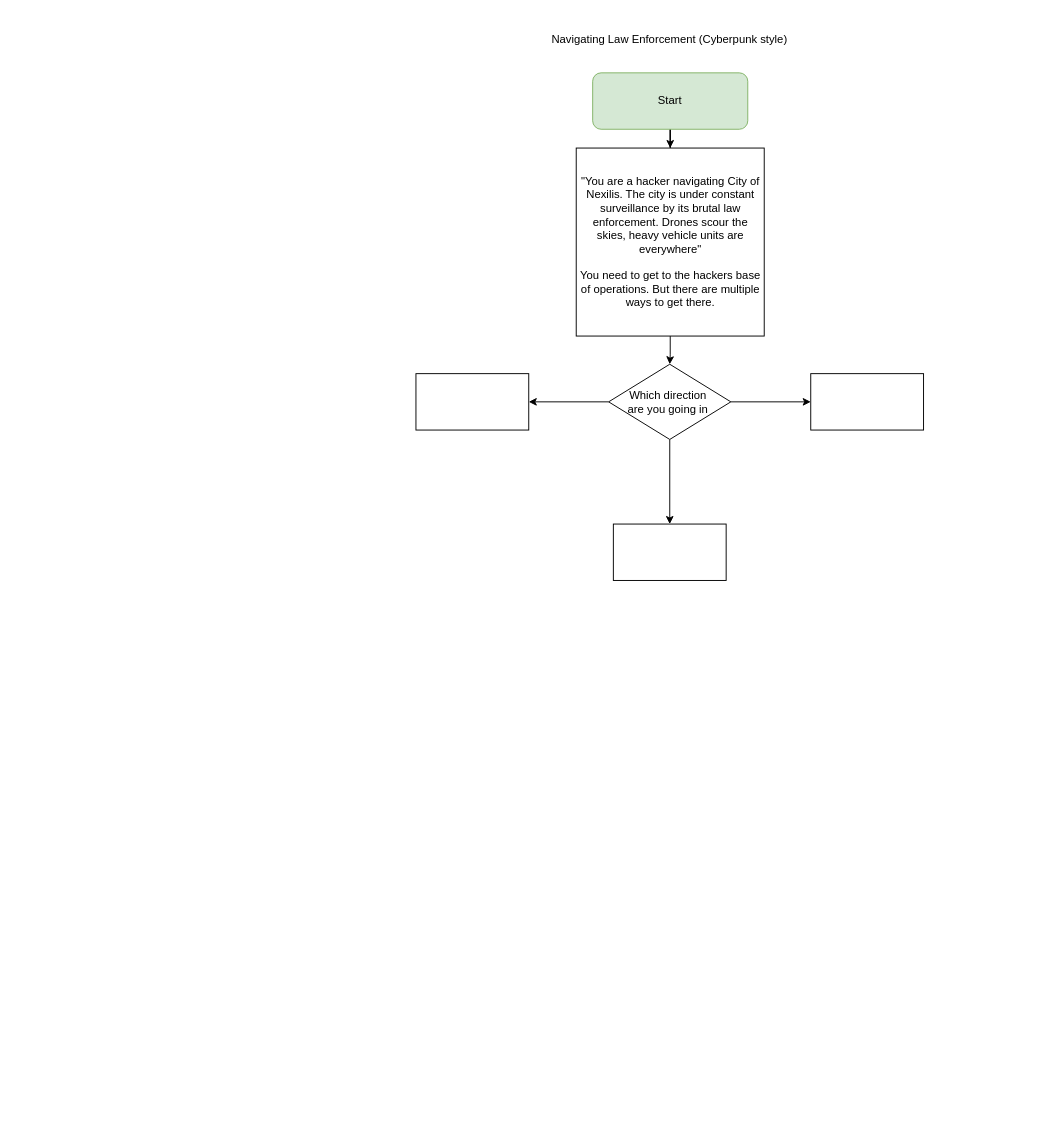
Before: diagrams/CYOA.drawio in twitocode/Draw.io-Diagrams, a draw.io diagram. Source tidied: cells renumbered, new cells numbered last; positions are measured from the earlier drawing's top-left corner, leaving out a move shared by most shapes. Both pictures are drawn from the tidied source at 94%, with x=0, y=0 at pixel (415, 16).
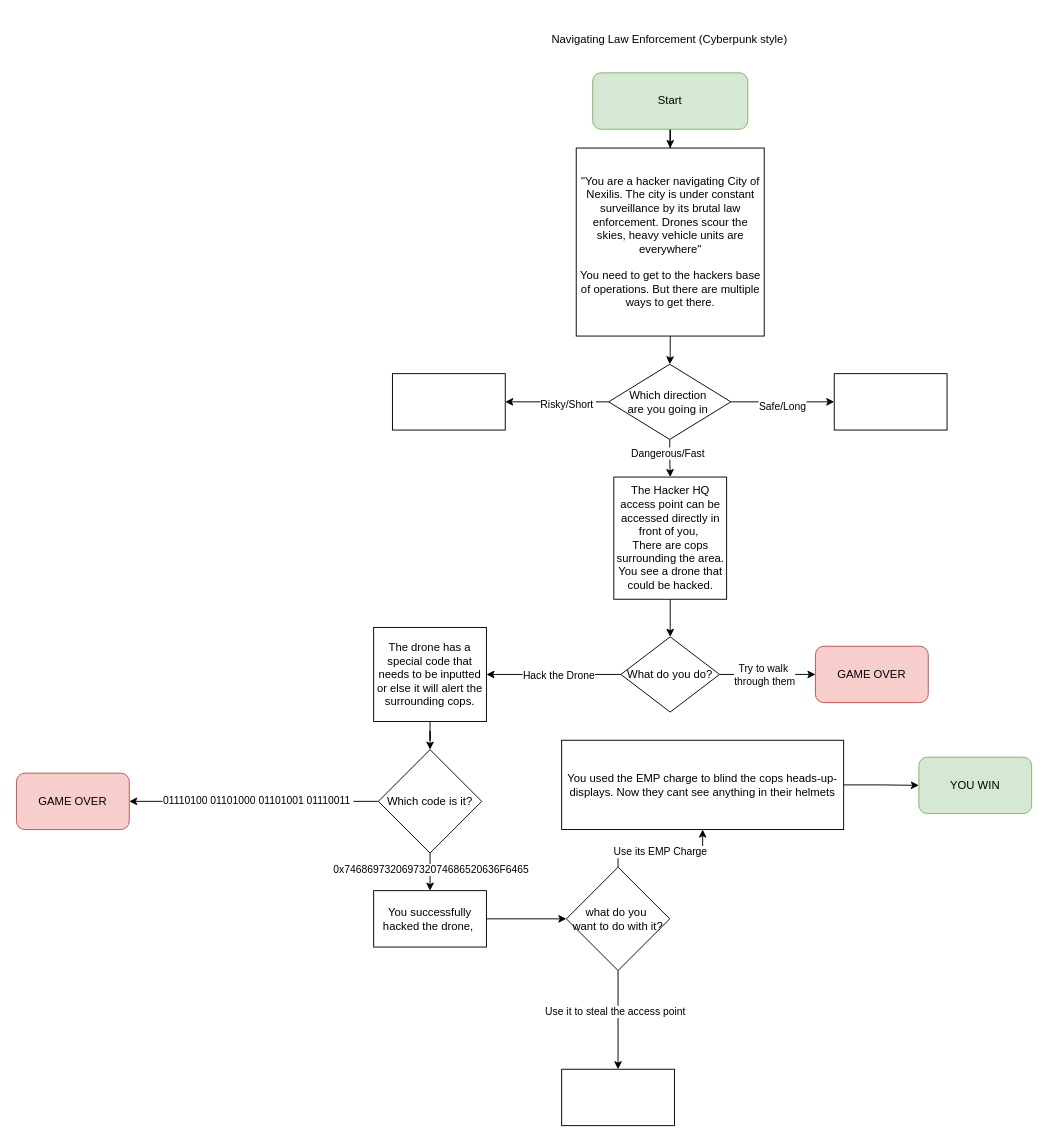
The same diagram, later.

The change refers to these unchanged cells:
```xml
<mxCell id="7" style="edgeStyle=orthogonalEdgeStyle;rounded=0;jettySize=auto;html=1;" parent="1" edge="1" source="10" target="11">
  <mxGeometry relative="1" as="geometry" />
</mxCell>
<mxCell id="8" style="edgeStyle=orthogonalEdgeStyle;rounded=0;jettySize=auto;html=1;" parent="1" edge="1" source="10" target="12">
  <mxGeometry relative="1" as="geometry" />
</mxCell>
<mxCell id="9" style="edgeStyle=orthogonalEdgeStyle;rounded=0;jettySize=auto;html=1;" parent="1" edge="1" source="10" target="13">
  <mxGeometry relative="1" as="geometry" />
</mxCell>
```

What changed in the source:
```diff
@@
+    <mxCell id="14" value="Safe/Long" style="edgeLabel;html=1;align=center;verticalAlign=middle;" parent="7" vertex="1">
+      <mxGeometry x="-0.01" y="-4" relative="1" as="geometry" />
+    </mxCell>
@@
+    <mxCell id="15" value="Risky/Short&amp;nbsp;" style="edgeLabel;html=1;align=center;verticalAlign=middle;" parent="8" vertex="1">
+      <mxGeometry x="-0.2" y="2" relative="1" as="geometry" />
+    </mxCell>
@@
+    <mxCell id="16" value="Dangerous/Fast" style="edgeLabel;html=1;align=center;verticalAlign=middle;" parent="9" vertex="1">
+      <mxGeometry x="-0.3" y="-3" relative="1" as="geometry" />
+    </mxCell>
@@
     <mxCell id="11" style="whiteSpace=wrap;html=1;" parent="1" vertex="1">
-      <mxGeometry x="420" y="380" width="120" height="60" as="geometry" />
+      <mxGeometry x="445" y="380" width="120" height="60" as="geometry" />
     </mxCell>
     <mxCell id="12" style="whiteSpace=wrap;html=1;" parent="1" vertex="1">
-      <mxGeometry y="380" width="120" height="60" as="geometry" />
+      <mxGeometry x="-25" y="380" width="120" height="60" as="geometry" />
     </mxCell>
+    <mxCell id="17" style="edgeStyle=orthogonalEdgeStyle;rounded=0;jettySize=auto;html=1;" parent="1" edge="1" source="13" target="22">
+      <mxGeometry relative="1" as="geometry" />
+    </mxCell>
-    <mxCell id="13" style="whiteSpace=wrap;html=1;" parent="1" vertex="1">
-      <mxGeometry x="210" y="540" width="120" height="60" as="geometry" />
+    <mxCell id="13" value="The Hacker HQ access point can be accessed directly in front of you,&amp;nbsp;&lt;div&gt;There are cops surrounding the area. You see a drone that could be hacked.&lt;/div&gt;" style="whiteSpace=wrap;html=1;" parent="1" vertex="1">
+      <mxGeometry x="210.5" y="490" width="120" height="130" as="geometry" />
     </mxCell>
+    <mxCell id="18" style="edgeStyle=orthogonalEdgeStyle;rounded=0;jettySize=auto;html=1;" parent="1" edge="1" source="22" target="24">
+      <mxGeometry relative="1" as="geometry" />
+    </mxCell>
+    <mxCell id="19" value="Hack the Drone" style="edgeLabel;html=1;align=center;verticalAlign=middle;" parent="18" vertex="1">
+      <mxGeometry x="-0.23" y="-2" relative="1" as="geometry">
+        <mxPoint x="-12" y="2" as="offset" />
+      </mxGeometry>
+    </mxCell>
+    <mxCell id="20" style="edgeStyle=orthogonalEdgeStyle;rounded=0;jettySize=auto;html=1;" parent="1" edge="1" source="22" target="25">
+      <mxGeometry relative="1" as="geometry" />
+    </mxCell>
+    <mxCell id="21" value="Try to walk&amp;nbsp;&lt;div&gt;through them&lt;/div&gt;" style="edgeLabel;html=1;align=center;verticalAlign=middle;" parent="20" vertex="1">
+      <mxGeometry x="-0.07" relative="1" as="geometry" />
+    </mxCell>
+    <mxCell id="22" value="What do you do?" style="rhombus;whiteSpace=wrap;html=1;" parent="1" vertex="1">
+      <mxGeometry x="218" y="660" width="105" height="80" as="geometry" />
+    </mxCell>
+    <mxCell id="23" style="edgeStyle=orthogonalEdgeStyle;rounded=0;jettySize=auto;html=1;" parent="1" edge="1" source="24" target="30">
+      <mxGeometry relative="1" as="geometry" />
+    </mxCell>
+    <mxCell id="24" value="The drone has a special code that needs to be inputted or else it will alert the surrounding cops." style="whiteSpace=wrap;html=1;" parent="1" vertex="1">
+      <mxGeometry x="-45" y="650" width="120" height="100" as="geometry" />
+    </mxCell>
+    <mxCell id="25" value="GAME OVER" style="rounded=1;whiteSpace=wrap;html=1;fillColor=#f8cecc;strokeColor=#b85450;" parent="1" vertex="1">
+      <mxGeometry x="425" y="670" width="120" height="60" as="geometry" />
+    </mxCell>
+    <mxCell id="26" style="edgeStyle=orthogonalEdgeStyle;rounded=0;jettySize=auto;html=1;" parent="1" edge="1" source="30" target="31">
+      <mxGeometry relative="1" as="geometry" />
+    </mxCell>
+    <mxCell id="27" value="01110100 01101000 01101001 01110011&amp;nbsp;" style="edgeLabel;html=1;align=center;verticalAlign=middle;" parent="26" vertex="1">
+      <mxGeometry x="-0.02" y="-2" relative="1" as="geometry">
+        <mxPoint x="1" as="offset" />
+      </mxGeometry>
+    </mxCell>
+    <mxCell id="28" style="edgeStyle=orthogonalEdgeStyle;rounded=0;jettySize=auto;html=1;" parent="1" edge="1" source="30" target="33">
+      <mxGeometry relative="1" as="geometry" />
+    </mxCell>
+    <mxCell id="29" value="0x746869732069732074686520636F6465" style="edgeLabel;html=1;align=center;verticalAlign=middle;" parent="28" vertex="1">
+      <mxGeometry x="-0.13" relative="1" as="geometry" />
+    </mxCell>
+    <mxCell id="30" value="Which code is it?" style="rhombus;whiteSpace=wrap;html=1;" parent="1" vertex="1">
+      <mxGeometry x="-40" y="780" width="110" height="110" as="geometry" />
+    </mxCell>
+    <mxCell id="31" value="GAME OVER" style="rounded=1;whiteSpace=wrap;html=1;fillColor=#f8cecc;strokeColor=#b85450;" parent="1" vertex="1">
+      <mxGeometry x="-425" y="805" width="120" height="60" as="geometry" />
+    </mxCell>
+    <mxCell id="32" style="edgeStyle=orthogonalEdgeStyle;rounded=0;jettySize=auto;html=1;" parent="1" edge="1" source="33" target="38">
+      <mxGeometry relative="1" as="geometry" />
+    </mxCell>
+    <mxCell id="33" value="You successfully hacked the drone,&amp;nbsp;" style="whiteSpace=wrap;html=1;" parent="1" vertex="1">
+      <mxGeometry x="-45" y="930" width="120" height="60" as="geometry" />
+    </mxCell>
+    <mxCell id="34" style="edgeStyle=orthogonalEdgeStyle;rounded=0;jettySize=auto;html=1;" parent="1" edge="1" source="38" target="40">
+      <mxGeometry relative="1" as="geometry" />
+    </mxCell>
+    <mxCell id="35" value="Use its EMP Charge" style="edgeLabel;html=1;align=center;verticalAlign=middle;" parent="34" vertex="1">
+      <mxGeometry x="-0.02" y="-3" relative="1" as="geometry" />
+    </mxCell>
+    <mxCell id="36" style="edgeStyle=orthogonalEdgeStyle;rounded=0;jettySize=auto;html=1;" parent="1" edge="1" source="38" target="42">
+      <mxGeometry relative="1" as="geometry" />
+    </mxCell>
+    <mxCell id="37" value="Use it to steal the access point" style="edgeLabel;html=1;align=center;verticalAlign=middle;" parent="36" vertex="1">
+      <mxGeometry x="-0.18" y="-4" relative="1" as="geometry" />
+    </mxCell>
+    <mxCell id="38" value="what do you&amp;nbsp;&lt;div&gt;want to do with it?&lt;/div&gt;" style="rhombus;whiteSpace=wrap;html=1;" parent="1" vertex="1">
+      <mxGeometry x="160" y="905" width="110" height="110" as="geometry" />
+    </mxCell>
+    <mxCell id="39" style="edgeStyle=orthogonalEdgeStyle;rounded=0;jettySize=auto;html=1;" parent="1" edge="1" source="40" target="41">
+      <mxGeometry relative="1" as="geometry" />
+    </mxCell>
+    <mxCell id="40" value="You used the EMP charge to blind the cops heads-up-displays. Now they cant see anything in their helmets" style="whiteSpace=wrap;html=1;" parent="1" vertex="1">
+      <mxGeometry x="155" y="770" width="300" height="95" as="geometry" />
+    </mxCell>
+    <mxCell id="41" value="YOU WIN" style="rounded=1;whiteSpace=wrap;html=1;fillColor=#d5e8d4;strokeColor=#82b366;" parent="1" vertex="1">
+      <mxGeometry x="535" y="788" width="120" height="60" as="geometry" />
+    </mxCell>
+    <mxCell id="42" style="whiteSpace=wrap;html=1;" parent="1" vertex="1">
+      <mxGeometry x="155" y="1120" width="120" height="60" as="geometry" />
+    </mxCell>
```
